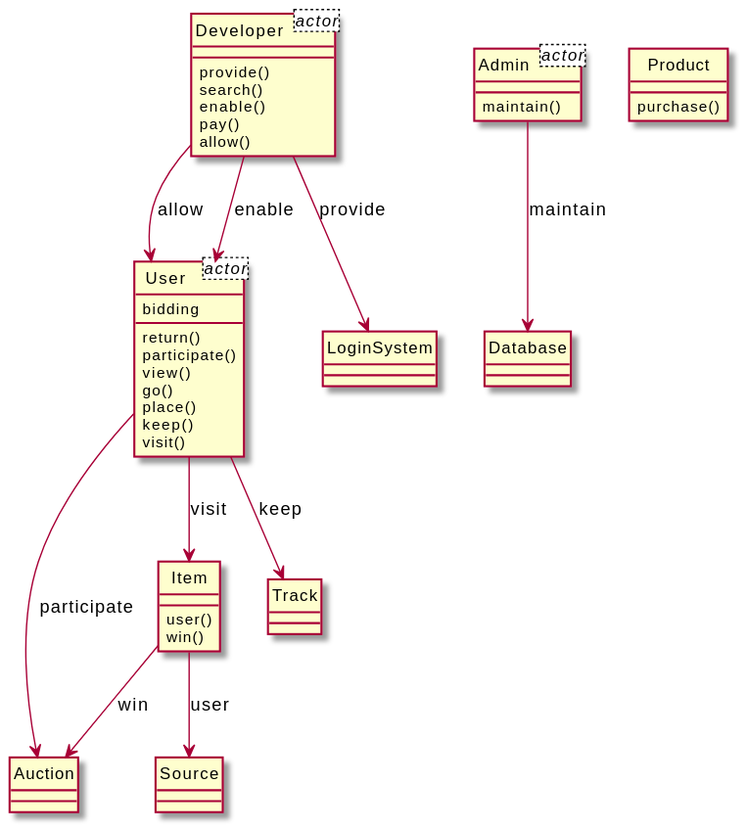
Above: output/diagram_5/2019-USC-Project09.svg in xixixhalu/DomainModelExtractor (PlantUML), before the change.
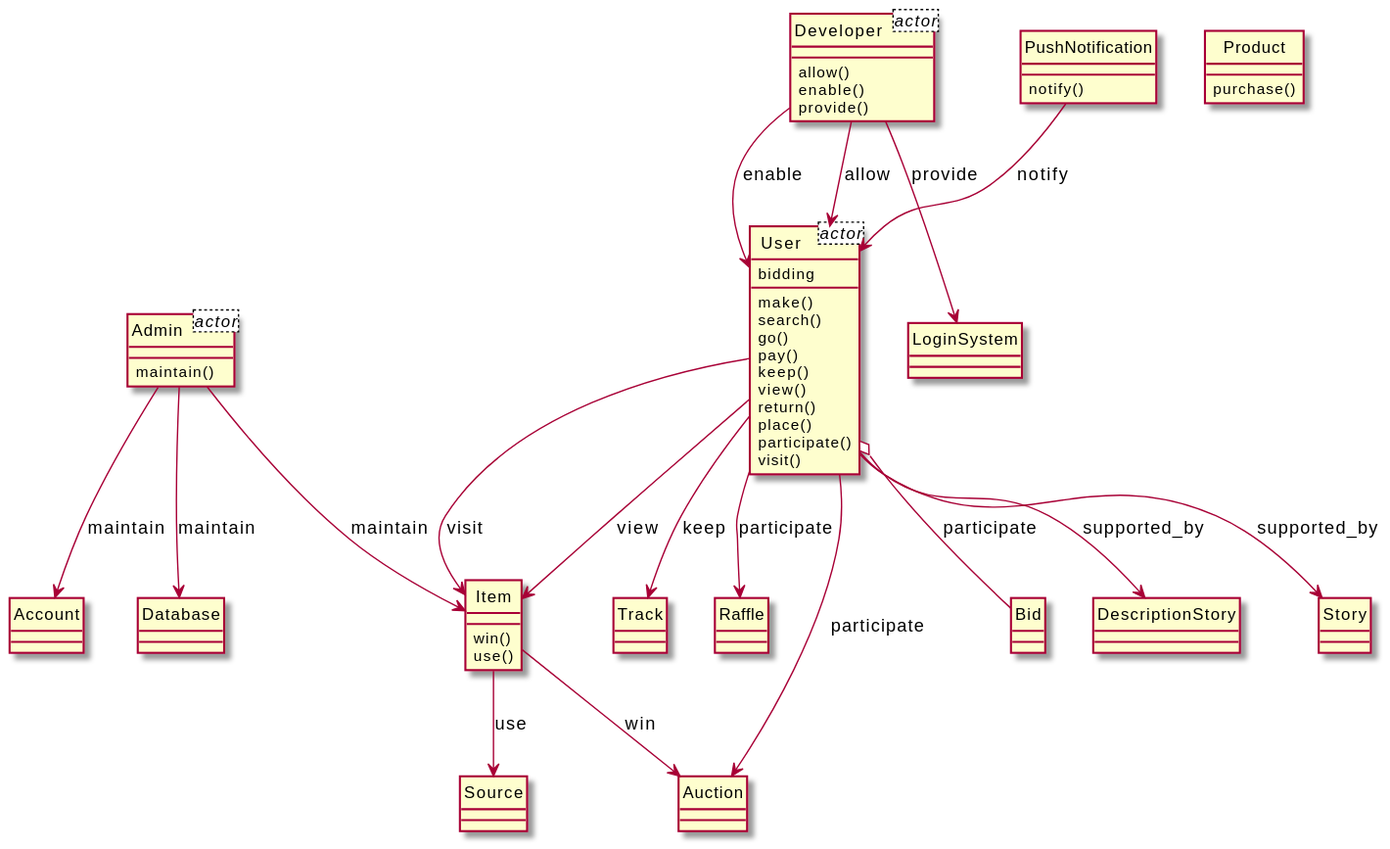
The same file after the commit.

Diff of the diagram source:
```diff
@@ -7,49 +7,71 @@
 }
 class Admin<actor> {
 }
-class User {
-	return()
-	participate()
-	view()
-	go()
-	place()
-	keep()
-	visit()
-}
-class Auction {
-}
-class Item {
-	user()
-	win()
-}
-class Developer {
-	provide()
-	search()
-	enable()
-	pay()
-	allow()
-}
-class LoginSystem {
-}
-class Source {
-}
 class Product {
 	purchase()
 }
-class Track {
+class User {
+	make()
+	search()
+	go()
+	pay()
+	keep()
+	view()
+	return()
+	place()
+	participate()
+	visit()
+}
+class Developer {
+	allow()
+	enable()
+	provide()
+}
+class LoginSystem {
 }
 class Admin {
 	maintain()
 }
+class Item {
+	win()
+	use()
+}
+class Source {
+}
+class Track {
+}
+class Account {
+}
+class Raffle {
+}
+class Auction {
+}
 class Database {
 }
+class Bid {
+}
+class PushNotification {
+	notify()
+}
+class DescriptionStory {
+}
+class Story {
+}
+Admin --> Account : maintain
+PushNotification --> User : notify
+Item --> Source : use
+User --> Item : visit
+Developer --> LoginSystem : provide
+User --> DescriptionStory : supported_by
+User --> Item : view
+User o-- Bid : participate
+Developer --> User : enable
+Developer --> User : allow
 User --> Track : keep
-User --> Item : visit
-Item --> Source : user
-Developer --> User : allow
-Developer --> User : enable
+Item --> Auction : win
+User --> Story : supported_by
+User --> Auction : participate
+Admin --> Item : maintain
 Admin --> Database : maintain
-Developer --> LoginSystem : provide
-User --> Auction : participate
-Item --> Auction : win
+User --> Raffle : participate
 @enduml
```
